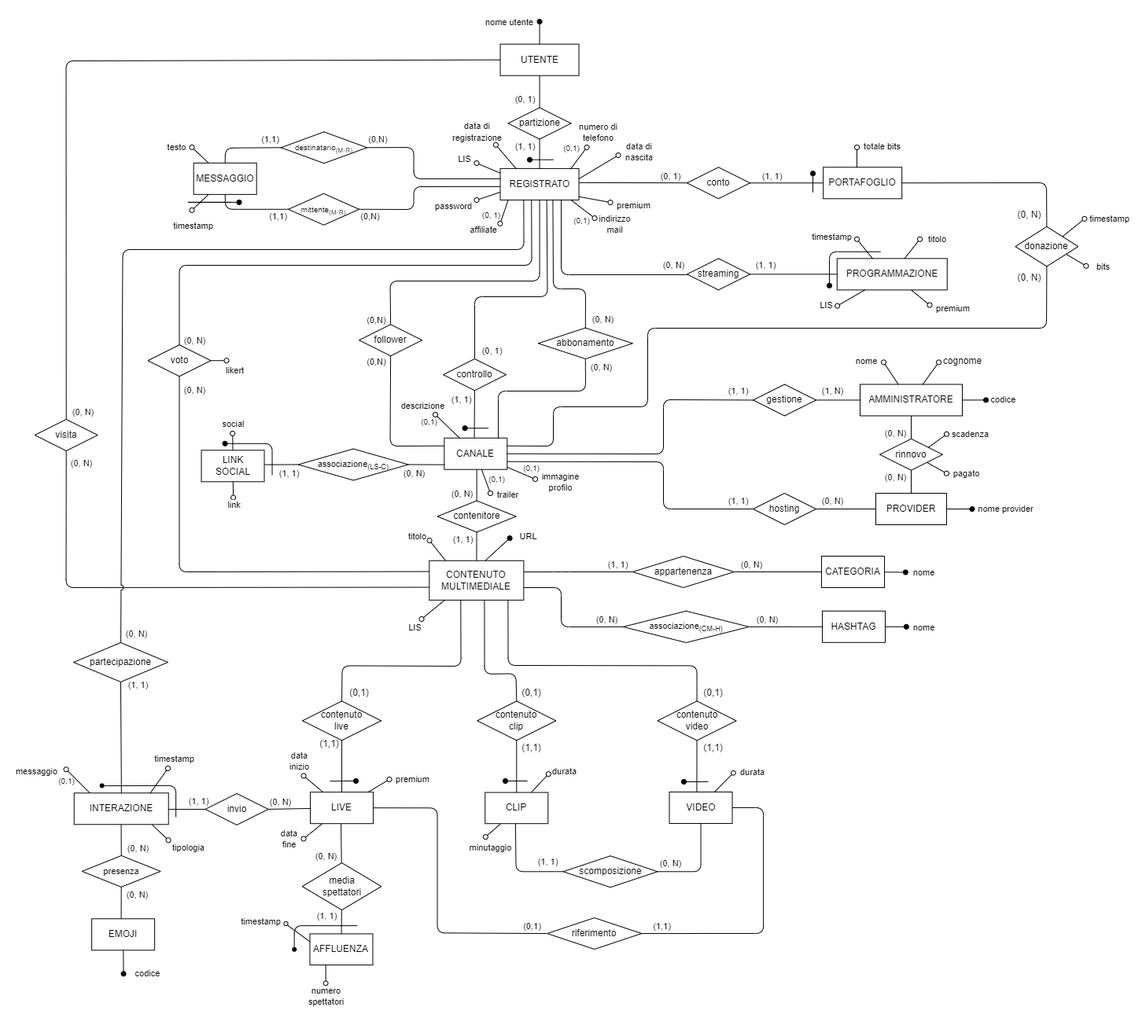
The draw.io diagram Progetto Esame - DBSperimentazioni A.A. 2023-2024/Immagini/2.4 Schema E-R ristrutturato.png in Mattron2000/Basi_di_dati, before a commit. Source tidied: cells renumbered, new cells last; positions are measured from the earlier drawing's top-left corner, leaving out a move shared by most shapes.
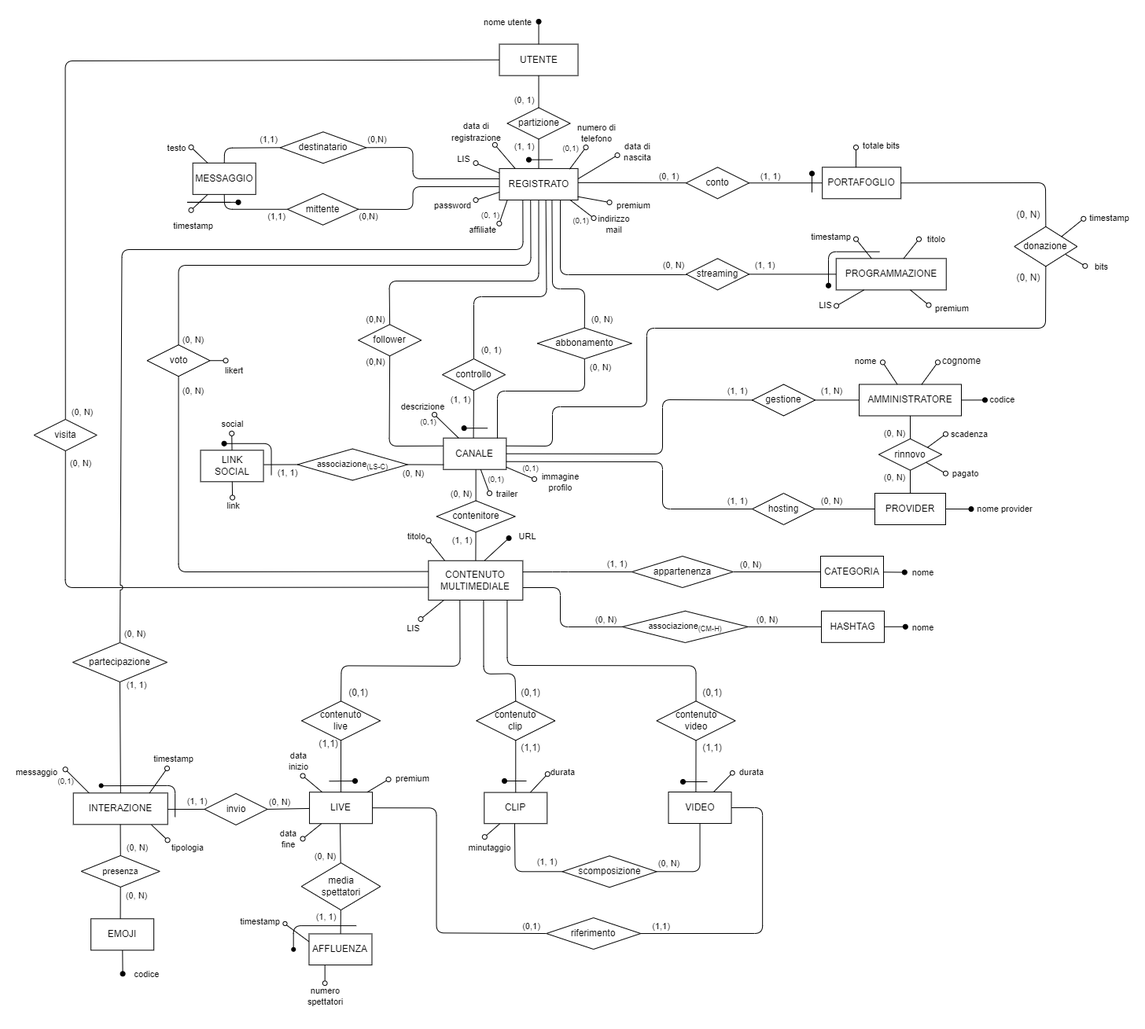
Later version of the same file.

Commit message:
Corretto ER ristrutturato + commentato traccia 2.5

Diff of the diagram source:
```diff
@@ -415,7 +415,7 @@
         </Array>
       </mxGeometry>
     </mxCell>
-    <mxCell id="87" value="&lt;font style=&quot;font-size: 10px;&quot;&gt;mittente&lt;sub style=&quot;&quot;&gt;(M-R)&lt;/sub&gt;&lt;/font&gt;" style="rhombus;whiteSpace=wrap;html=1;" parent="1" vertex="1">
+    <mxCell id="87" value="&lt;font style=&quot;font-size: 12px;&quot;&gt;mittente&lt;/font&gt;" style="rhombus;whiteSpace=wrap;html=1;" parent="1" vertex="1">
       <mxGeometry x="322.1" y="218.8" width="90" height="40" as="geometry" />
     </mxCell>
     <mxCell id="88" style="edgeStyle=none;html=1;exitX=1;exitY=0.5;exitDx=0;exitDy=0;endArrow=none;endFill=0;jumpStyle=arc;entryX=0.008;entryY=0.327;entryDx=0;entryDy=0;entryPerimeter=0;" parent="1" edge="1" source="89" target="186">
@@ -427,7 +427,7 @@
         </Array>
       </mxGeometry>
     </mxCell>
-    <mxCell id="89" value="&lt;font style=&quot;font-size: 10px;&quot;&gt;destinatario&lt;sub style=&quot;&quot;&gt;(M-R)&lt;/sub&gt;&lt;/font&gt;" style="rhombus;whiteSpace=wrap;html=1;" parent="1" vertex="1">
+    <mxCell id="89" value="&lt;font style=&quot;font-size: 12px;&quot;&gt;destinatario&lt;/font&gt;" style="rhombus;whiteSpace=wrap;html=1;" parent="1" vertex="1">
       <mxGeometry x="312.8" y="140.3" width="109.3" height="40" as="geometry" />
     </mxCell>
     <mxCell id="90" value="(1,1)" style="edgeLabel;html=1;align=center;verticalAlign=middle;fontSize=11;fontFamily=Helvetica;fontColor=default;" parent="1" vertex="1">
```
